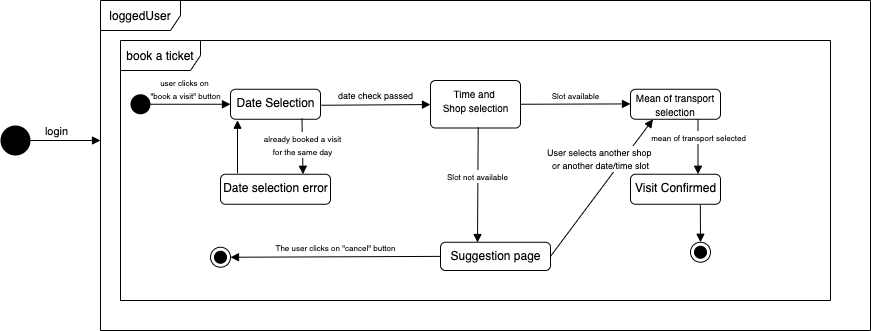
Above: RASD/assets/state_charts/State Chart Book a Visit.png in CosimoSguanci/SguanciSpataforaVergani-RASD-DD-ingsw2 (draw.io), before the change. Source tidied: cells renumbered, new cells last; positions are measured from the earlier drawing's top-left corner, leaving out a move shared by most shapes.
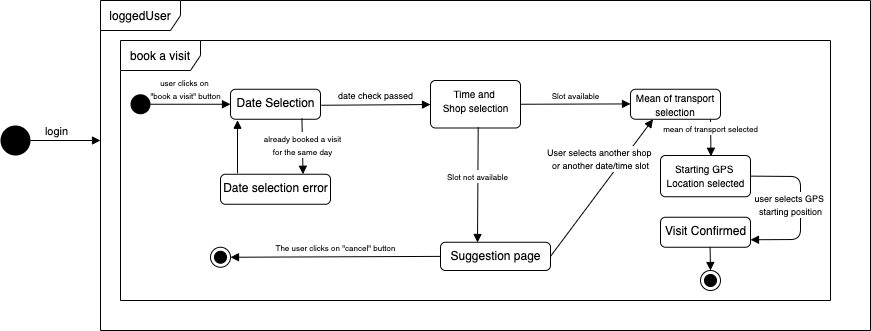
After the change.

Commit message:
fixed state charts

What changed in the source:
```diff
@@ -5,7 +5,7 @@
     <mxCell id="2" value="loggedUser" style="shape=umlFrame;whiteSpace=wrap;html=1;width=80;height=30;" parent="1" vertex="1">
       <mxGeometry x="100" width="770" height="330" as="geometry" />
     </mxCell>
-    <mxCell id="3" value="book a ticket" style="shape=umlFrame;whiteSpace=wrap;html=1;width=80;height=30;" parent="1" vertex="1">
+    <mxCell id="3" value="book a visit" style="shape=umlFrame;whiteSpace=wrap;html=1;width=80;height=30;" parent="1" vertex="1">
       <mxGeometry x="120" y="40" width="710" height="260" as="geometry" />
     </mxCell>
     <mxCell id="4" style="ellipse;fillColor=#000000;strokeColor=none;" parent="1" vertex="1">
@@ -66,15 +66,15 @@
     <mxCell id="18" value="&lt;span style=&quot;font-size: 8px&quot;&gt;The user clicks on &quot;cancel&quot; button&lt;/span&gt;" style="html=1;verticalAlign=bottom;endArrow=block;exitX=0;exitY=0.5;exitDx=0;exitDy=0;entryX=1;entryY=0.5;entryDx=0;entryDy=0;" parent="1" edge="1" source="14" target="17">
       <mxGeometry relative="1" as="geometry" />
     </mxCell>
-    <mxCell id="19" value="&lt;span style=&quot;font-size: 8px&quot;&gt;mean of transport selected&lt;/span&gt;" style="html=1;verticalAlign=bottom;endArrow=block;exitX=0.75;exitY=1;exitDx=0;exitDy=0;entryX=0.75;entryY=0;entryDx=0;entryDy=0;" parent="1" edge="1" target="20">
+    <mxCell id="19" value="&lt;span style=&quot;font-size: 8px&quot;&gt;mean of transport selected&lt;/span&gt;" style="html=1;verticalAlign=bottom;endArrow=block;exitX=0.75;exitY=1;exitDx=0;exitDy=0;entryX=0.561;entryY=0.018;entryDx=0;entryDy=0;entryPerimeter=0;" parent="1" edge="1" target="26">
       <mxGeometry relative="1" as="geometry">
-        <mxPoint x="697.5" y="118.8" as="sourcePoint" />
+        <mxPoint x="710" y="118.8" as="sourcePoint" />
       </mxGeometry>
     </mxCell>
     <mxCell id="20" value="Visit Confirmed" style="html=1;align=center;verticalAlign=top;rounded=1;absoluteArcSize=1;arcSize=10;dashed=0;fillColor=none;" parent="1" vertex="1">
-      <mxGeometry x="630" y="173.8" width="90" height="30" as="geometry" />
+      <mxGeometry x="660" y="216.8" width="90" height="30" as="geometry" />
     </mxCell>
-    <mxCell id="21" value="&lt;br&gt;&lt;span style=&quot;font-size: 8px&quot;&gt;&lt;br&gt;&lt;/span&gt;" style="html=1;verticalAlign=bottom;endArrow=block;exitX=0.776;exitY=1.034;exitDx=0;exitDy=0;entryX=0.5;entryY=0;entryDx=0;entryDy=0;exitPerimeter=0;" parent="1" edge="1" source="20" target="25">
+    <mxCell id="21" value="&lt;br&gt;&lt;span style=&quot;font-size: 8px&quot;&gt;&lt;br&gt;&lt;/span&gt;" style="html=1;verticalAlign=bottom;endArrow=block;exitX=0.551;exitY=1.008;exitDx=0;exitDy=0;entryX=0.5;entryY=0;entryDx=0;entryDy=0;exitPerimeter=0;" parent="1" edge="1" source="20" target="25">
       <mxGeometry relative="1" as="geometry" />
     </mxCell>
     <mxCell id="22" value="&lt;font style=&quot;font-size: 8px&quot;&gt;already booked a visit&lt;br&gt;&amp;nbsp;for the same day&amp;nbsp;&lt;/font&gt;" style="html=1;verticalAlign=bottom;endArrow=block;exitX=0.794;exitY=0.979;exitDx=0;exitDy=0;entryX=0.75;entryY=0;entryDx=0;entryDy=0;exitPerimeter=0;" parent="1" edge="1" source="8" target="23">
@@ -90,7 +90,18 @@
       </mxGeometry>
     </mxCell>
     <mxCell id="25" style="ellipse;html=1;shape=endState;fillColor=#000000;strokeColor=#000000;" parent="1" vertex="1">
-      <mxGeometry x="690" y="241.8" width="20" height="20" as="geometry" />
+      <mxGeometry x="700" y="270" width="20" height="20" as="geometry" />
     </mxCell>
+    <mxCell id="26" value="&lt;span style=&quot;font-size: 10px&quot;&gt;Starting GPS &lt;br&gt;Location selected&lt;/span&gt;" style="html=1;align=center;verticalAlign=top;rounded=1;absoluteArcSize=1;arcSize=10;dashed=0;fillColor=none;" parent="1" vertex="1">
+      <mxGeometry x="660" y="155" width="90" height="41.2" as="geometry" />
+    </mxCell>
+    <mxCell id="27" value="&lt;font style=&quot;font-size: 9px&quot;&gt;user selects GPS&amp;nbsp;&lt;br&gt;starting position&lt;/font&gt;" style="html=1;verticalAlign=bottom;endArrow=block;exitX=1;exitY=0.5;exitDx=0;exitDy=0;entryX=1;entryY=0.75;entryDx=0;entryDy=0;" parent="1" edge="1" source="26" target="20">
+      <mxGeometry x="0.15" y="-10" relative="1" as="geometry">
+        <Array as="points">
+          <mxPoint x="800" y="176" />
+          <mxPoint x="800" y="239" />
+        </Array>
+      </mxGeometry>
+    </mxCell>
   </root>
 </mxGraphModel>
```
